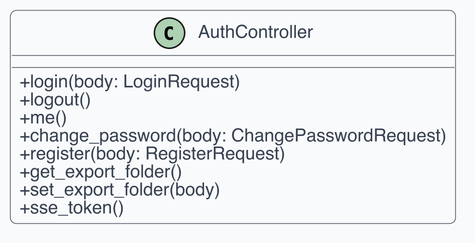
Earlier version of the PlantUML export src/PB/Documentazione Esterna/Contenuti/componenti_specifiche_tecniche/assets/uml_backend/01_authcontroller.png (swenightpro/Documentazione). Its diagram source:
```plantuml
@startuml
skinparam dpi 300
skinparam shadowing false
skinparam backgroundColor White
skinparam defaultFontName Helvetica
skinparam defaultFontSize 12
skinparam ArrowColor #4B5563
skinparam ArrowThickness 1
skinparam roundcorner 8
skinparam class {
  BackgroundColor #F9FAFB
  BorderColor #4B5563
  FontColor #111827
  AttributeFontColor #374151
  StereotypeFontColor #6B7280
}
skinparam classAttributeIconSize 0

class "AuthController" as C1 {
  + login(body: LoginRequest)
  + logout()
  + me()
  + change_password(body: ChangePasswordRequest)
  + register(body: RegisterRequest)
  + get_export_folder()
  + set_export_folder(body)
  + sse_token()
}
@enduml
```
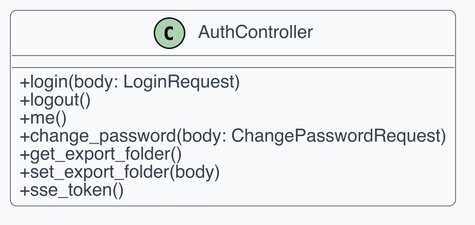
Later version of the same file.

Diff of the diagram source:
```diff
@@ -21,7 +21,6 @@
   + logout()
   + me()
   + change_password(body: ChangePasswordRequest)
-  + register(body: RegisterRequest)
   + get_export_folder()
   + set_export_folder(body)
   + sse_token()
```
